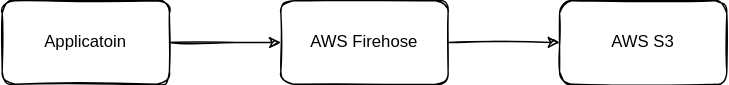
Before: 1.drawio.svg, a diagram exported from draw.io (seungyongshim/Study-S3-Logging). Source tidied: cells renumbered, new cells last; positions are measured from the earlier drawing's top-left corner, leaving out a move shared by most shapes.
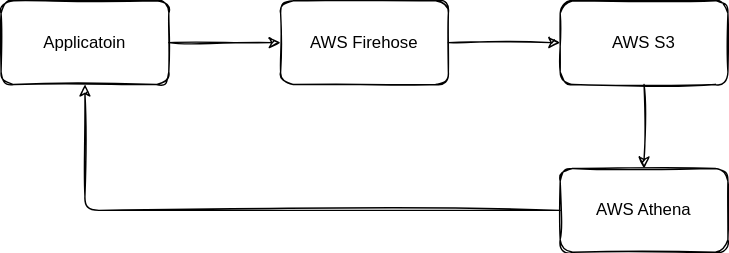
The same diagram one commit later.

Diff of the diagram source:
```diff
@@ -17,5 +17,18 @@
     <mxCell id="6" style="endArrow=classic;html=1;exitX=1;exitY=0.5;exitDx=0;exitDy=0;entryX=0;entryY=0.5;entryDx=0;entryDy=0;sketch=1;" parent="1" edge="1" source="3" target="4">
       <mxGeometry relative="1" as="geometry" />
     </mxCell>
+    <mxCell id="7" value="AWS Athena" style="rounded=1;whiteSpace=wrap;html=1;sketch=1;" parent="1" vertex="1">
+      <mxGeometry x="400" y="120" width="120" height="60" as="geometry" />
+    </mxCell>
+    <mxCell id="8" style="endArrow=classic;html=1;exitX=0.5;exitY=1;exitDx=0;exitDy=0;entryX=0.5;entryY=0;entryDx=0;entryDy=0;sketch=1;" parent="1" edge="1" source="4" target="7">
+      <mxGeometry relative="1" as="geometry" />
+    </mxCell>
+    <mxCell id="9" style="endArrow=classic;html=1;exitX=0;exitY=0.5;exitDx=0;exitDy=0;entryX=0.5;entryY=1;entryDx=0;entryDy=0;sketch=1;" parent="1" edge="1" source="7" target="2">
+      <mxGeometry relative="1" as="geometry">
+        <Array as="points">
+          <mxPoint x="60" y="150" />
+        </Array>
+      </mxGeometry>
+    </mxCell>
   </root>
 </mxGraphModel>
```
